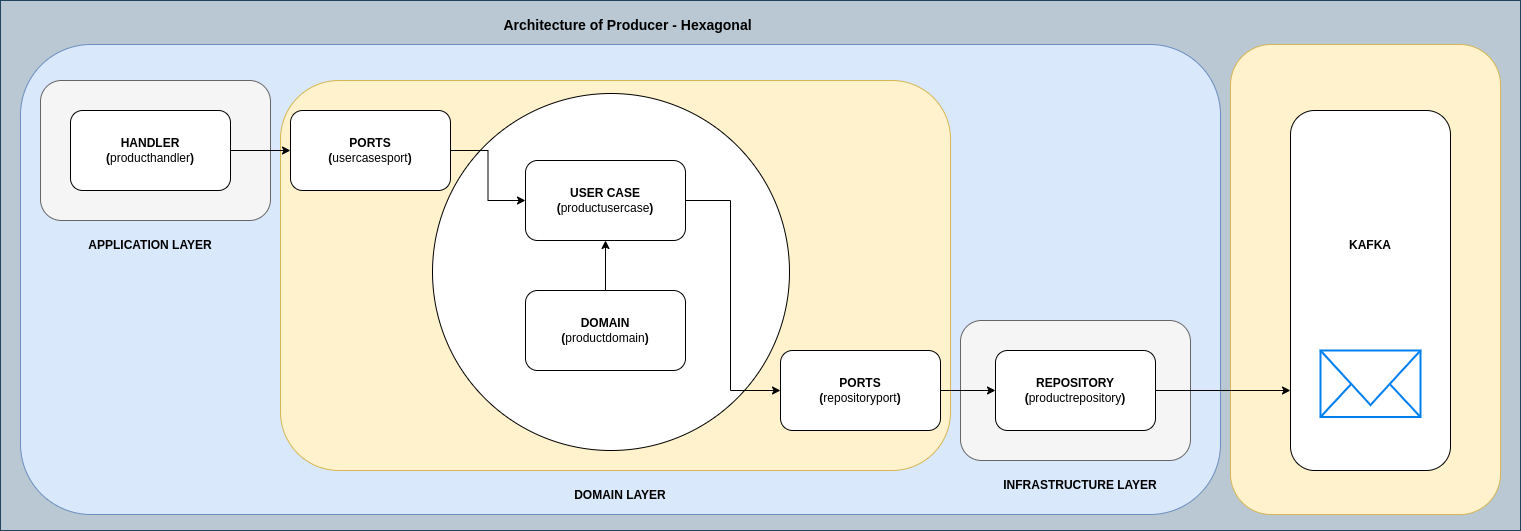
This is docs_readme/producer.drawio.png from ciceroednilson/ms-kafka-products-golang, a draw.io export, as it was before one commit. Source tidied: cells renumbered, new cells last; positions are measured from the earlier drawing's top-left corner, leaving out a move shared by most shapes. The source it was exported from:
```xml
<mxGraphModel>
  <root>
    <mxCell id="0" />
    <mxCell id="1" parent="0" />
    <mxCell id="2" style="rounded=0;whiteSpace=wrap;html=1;fillColor=#bac8d3;strokeColor=#23445d;" parent="1" vertex="1">
      <mxGeometry width="1520" height="530" as="geometry" />
    </mxCell>
    <mxCell id="3" style="rounded=1;whiteSpace=wrap;html=1;fillColor=#dae8fc;strokeColor=#6c8ebf;" parent="1" vertex="1">
      <mxGeometry x="20" y="44" width="1200" height="470" as="geometry" />
    </mxCell>
    <mxCell id="4" value="Architecture of Producer - Hexagonal" style="text;html=1;strokeColor=none;fillColor=none;align=center;verticalAlign=middle;whiteSpace=wrap;rounded=0;fontStyle=1;fontSize=14;" parent="1" vertex="1">
      <mxGeometry x="500" y="10" width="255" height="30" as="geometry" />
    </mxCell>
    <mxCell id="5" style="rounded=1;whiteSpace=wrap;html=1;fillColor=#f5f5f5;fontColor=#333333;strokeColor=#666666;" parent="1" vertex="1">
      <mxGeometry x="40" y="80" width="230" height="140" as="geometry" />
    </mxCell>
    <mxCell id="6" value="&lt;b&gt;HANDLER&lt;br&gt;(&lt;/b&gt;producthandler&lt;b style=&quot;background-color: initial;&quot;&gt;)&lt;/b&gt;" style="rounded=1;whiteSpace=wrap;html=1;" parent="1" vertex="1">
      <mxGeometry x="70" y="110" width="160" height="80" as="geometry" />
    </mxCell>
    <mxCell id="7" value="APPLICATION LAYER" style="text;html=1;strokeColor=none;fillColor=none;align=center;verticalAlign=middle;whiteSpace=wrap;rounded=0;fontStyle=1;" parent="1" vertex="1">
      <mxGeometry x="80" y="230" width="140" height="30" as="geometry" />
    </mxCell>
    <mxCell id="8" style="rounded=1;whiteSpace=wrap;html=1;fillColor=#f5f5f5;fontColor=#333333;strokeColor=#666666;" parent="1" vertex="1">
      <mxGeometry x="960" y="320" width="230" height="140" as="geometry" />
    </mxCell>
    <mxCell id="9" value="INFRASTRUCTURE LAYER" style="text;html=1;strokeColor=none;fillColor=none;align=center;verticalAlign=middle;whiteSpace=wrap;rounded=0;fontStyle=1;" parent="1" vertex="1">
      <mxGeometry x="990" y="470" width="180" height="30" as="geometry" />
    </mxCell>
    <mxCell id="10" style="rounded=1;whiteSpace=wrap;html=1;fillColor=#fff2cc;strokeColor=#d6b656;" parent="1" vertex="1">
      <mxGeometry x="1230" y="44" width="270" height="470" as="geometry" />
    </mxCell>
    <mxCell id="11" style="rounded=1;whiteSpace=wrap;html=1;fillColor=#fff2cc;strokeColor=#d6b656;" parent="1" vertex="1">
      <mxGeometry x="280" y="80" width="670" height="390" as="geometry" />
    </mxCell>
    <mxCell id="12" style="ellipse;whiteSpace=wrap;html=1;" parent="1" vertex="1">
      <mxGeometry x="432" y="93" width="357" height="357" as="geometry" />
    </mxCell>
    <mxCell id="13" style="edgeStyle=orthogonalEdgeStyle;rounded=0;jettySize=auto;html=1;" parent="1" edge="1" source="14" target="23">
      <mxGeometry relative="1" as="geometry" />
    </mxCell>
    <mxCell id="14" value="&lt;b&gt;PORTS&lt;/b&gt;&lt;br&gt;&lt;b&gt;(&lt;/b&gt;usercasesport&lt;b&gt;)&lt;/b&gt;" style="rounded=1;whiteSpace=wrap;html=1;" parent="1" vertex="1">
      <mxGeometry x="290" y="110" width="160" height="80" as="geometry" />
    </mxCell>
    <mxCell id="15" value="&lt;b&gt;PORTS&lt;/b&gt;&lt;br&gt;&lt;b&gt;(&lt;/b&gt;repositoryport&lt;b&gt;)&lt;/b&gt;" style="rounded=1;whiteSpace=wrap;html=1;" parent="1" vertex="1">
      <mxGeometry x="780" y="350" width="160" height="80" as="geometry" />
    </mxCell>
    <mxCell id="16" value="&lt;b&gt;REPOSITORY&lt;/b&gt;&lt;br&gt;&lt;b&gt;(&lt;/b&gt;productrepository&lt;b style=&quot;background-color: initial;&quot;&gt;)&lt;/b&gt;" style="rounded=1;whiteSpace=wrap;html=1;" parent="1" vertex="1">
      <mxGeometry x="995" y="350" width="160" height="80" as="geometry" />
    </mxCell>
    <mxCell id="17" style="rounded=1;whiteSpace=wrap;html=1;" parent="1" vertex="1">
      <mxGeometry x="1290" y="110" width="160" height="360" as="geometry" />
    </mxCell>
    <mxCell id="18" style="html=1;verticalLabelPosition=bottom;align=center;labelBackgroundColor=#ffffff;verticalAlign=top;strokeWidth=2;strokeColor=#0080F0;shadow=0;dashed=0;shape=mxgraph.ios7.icons.mail;" parent="1" vertex="1">
      <mxGeometry x="1320" y="350" width="100" height="66.5" as="geometry" />
    </mxCell>
    <mxCell id="19" value="KAFKA" style="text;html=1;strokeColor=none;fillColor=none;align=center;verticalAlign=middle;whiteSpace=wrap;rounded=0;fontStyle=1;" parent="1" vertex="1">
      <mxGeometry x="1340" y="230" width="60" height="30" as="geometry" />
    </mxCell>
    <mxCell id="20" style="endArrow=classic;html=1;rounded=0;exitX=1;exitY=0.5;exitDx=0;exitDy=0;" parent="1" edge="1" source="16">
      <mxGeometry relative="1" as="geometry">
        <mxPoint x="1290" y="390" as="targetPoint" />
      </mxGeometry>
    </mxCell>
    <mxCell id="21" style="endArrow=classic;html=1;rounded=0;entryX=0;entryY=0.5;entryDx=0;entryDy=0;exitX=1;exitY=0.5;exitDx=0;exitDy=0;" parent="1" edge="1" source="15" target="16">
      <mxGeometry relative="1" as="geometry" />
    </mxCell>
    <mxCell id="22" value="DOMAIN LAYER" style="text;html=1;strokeColor=none;fillColor=none;align=center;verticalAlign=middle;whiteSpace=wrap;rounded=0;fontStyle=1;" parent="1" vertex="1">
      <mxGeometry x="550" y="480" width="140" height="30" as="geometry" />
    </mxCell>
    <mxCell id="23" value="&lt;b&gt;USER CASE&lt;br&gt;(&lt;/b&gt;productusercase&lt;b style=&quot;background-color: initial;&quot;&gt;)&lt;/b&gt;" style="rounded=1;whiteSpace=wrap;html=1;" parent="1" vertex="1">
      <mxGeometry x="525" y="160" width="160" height="80" as="geometry" />
    </mxCell>
    <mxCell id="24" style="edgeStyle=orthogonalEdgeStyle;rounded=0;jettySize=auto;html=1;" parent="1" edge="1" source="25" target="23">
      <mxGeometry relative="1" as="geometry" />
    </mxCell>
    <mxCell id="25" value="&lt;b&gt;DOMAIN&lt;br&gt;(&lt;/b&gt;productdomain&lt;b style=&quot;background-color: initial;&quot;&gt;)&lt;/b&gt;" style="rounded=1;whiteSpace=wrap;html=1;" parent="1" vertex="1">
      <mxGeometry x="525" y="290" width="160" height="80" as="geometry" />
    </mxCell>
    <mxCell id="26" style="endArrow=classic;html=1;rounded=0;entryX=0;entryY=0.5;entryDx=0;entryDy=0;exitX=1;exitY=0.5;exitDx=0;exitDy=0;" parent="1" edge="1" source="23" target="15">
      <mxGeometry relative="1" as="geometry">
        <Array as="points">
          <mxPoint x="730" y="200" />
          <mxPoint x="730" y="390" />
        </Array>
      </mxGeometry>
    </mxCell>
    <mxCell id="27" style="edgeStyle=orthogonalEdgeStyle;rounded=0;jettySize=auto;html=1;exitX=1;exitY=0.5;exitDx=0;exitDy=0;" parent="1" edge="1" source="6" target="14">
      <mxGeometry relative="1" as="geometry" />
    </mxCell>
  </root>
</mxGraphModel>
```
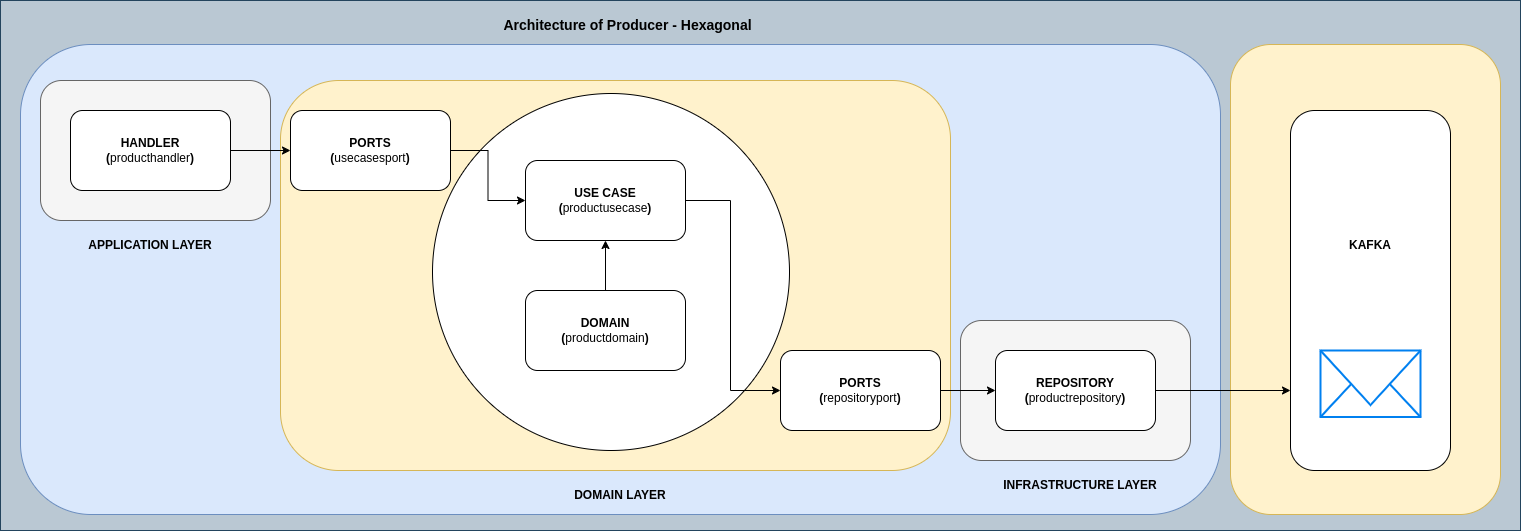
After the commit.

The edit, as a diff of the source:
```diff
@@ -38,7 +38,7 @@
     <mxCell id="13" style="edgeStyle=orthogonalEdgeStyle;rounded=0;jettySize=auto;html=1;" parent="1" edge="1" source="14" target="23">
       <mxGeometry relative="1" as="geometry" />
     </mxCell>
-    <mxCell id="14" value="&lt;b&gt;PORTS&lt;/b&gt;&lt;br&gt;&lt;b&gt;(&lt;/b&gt;usercasesport&lt;b&gt;)&lt;/b&gt;" style="rounded=1;whiteSpace=wrap;html=1;" parent="1" vertex="1">
+    <mxCell id="14" value="&lt;b&gt;PORTS&lt;/b&gt;&lt;br&gt;&lt;b&gt;(&lt;/b&gt;usecasesport&lt;b&gt;)&lt;/b&gt;" style="rounded=1;whiteSpace=wrap;html=1;" parent="1" vertex="1">
       <mxGeometry x="290" y="110" width="160" height="80" as="geometry" />
     </mxCell>
     <mxCell id="15" value="&lt;b&gt;PORTS&lt;/b&gt;&lt;br&gt;&lt;b&gt;(&lt;/b&gt;repositoryport&lt;b&gt;)&lt;/b&gt;" style="rounded=1;whiteSpace=wrap;html=1;" parent="1" vertex="1">
@@ -67,7 +67,7 @@
     <mxCell id="22" value="DOMAIN LAYER" style="text;html=1;strokeColor=none;fillColor=none;align=center;verticalAlign=middle;whiteSpace=wrap;rounded=0;fontStyle=1;" parent="1" vertex="1">
       <mxGeometry x="550" y="480" width="140" height="30" as="geometry" />
     </mxCell>
-    <mxCell id="23" value="&lt;b&gt;USER CASE&lt;br&gt;(&lt;/b&gt;productusercase&lt;b style=&quot;background-color: initial;&quot;&gt;)&lt;/b&gt;" style="rounded=1;whiteSpace=wrap;html=1;" parent="1" vertex="1">
+    <mxCell id="23" value="&lt;b&gt;USE CASE&lt;br&gt;(&lt;/b&gt;productusecase&lt;b style=&quot;background-color: initial;&quot;&gt;)&lt;/b&gt;" style="rounded=1;whiteSpace=wrap;html=1;" parent="1" vertex="1">
       <mxGeometry x="525" y="160" width="160" height="80" as="geometry" />
     </mxCell>
     <mxCell id="24" style="edgeStyle=orthogonalEdgeStyle;rounded=0;jettySize=auto;html=1;" parent="1" edge="1" source="25" target="23">
```
